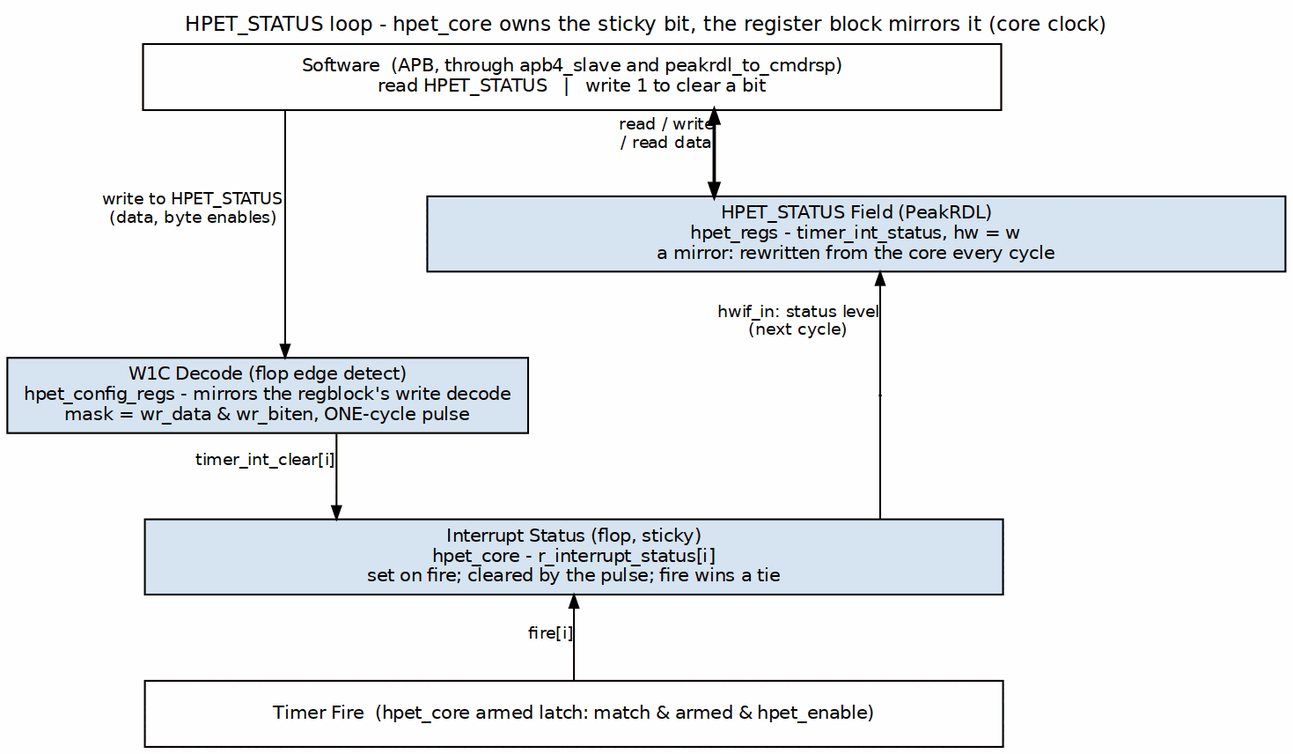
sean-galloway/RTLDesignSherpa keeps this Graphviz diagram as projects/components/legacy-ip/retro_legacy_blocks/docs/hpet_mas/assets/graphviz/hpet_status_loop.png. Above is the earlier version. Its source is kept beside it as projects/components/legacy-ip/retro_legacy_blocks/docs/hpet_mas/assets/graphviz/hpet_status_loop.dot. The source it was exported from:
```dot
digraph hpet_status_loop {
    graph [rankdir=TB, bgcolor="white", fontname="Helvetica", fontsize=11,
           nodesep="0.45", ranksep="0.65", splines=ortho, newrank=true,
           label="HPET_STATUS loop - hpet_core owns the sticky bit, the register block mirrors it (core clock)",
           labelloc=t, labeljust=c];
    node  [fontname="Helvetica", fontsize=10, shape=box, style=filled,
           fillcolor="#D6E4F0", color="black", margin="0.12,0.06"];
    edge  [fontname="Helvetica", fontsize=9, color="black", arrowsize=0.7];

    sw   [label="Software  (APB, through apb4_slave and peakrdl_to_cmdrsp)\nread HPET_STATUS   |   write 1 to clear a bit", fillcolor="white", width=6.5];
    reg  [label="HPET_STATUS Field (PeakRDL)\nhpet_regs - timer_int_status, hw = w\na mirror: rewritten from the core every cycle", width=6.5];
    w1c  [group=L, label="W1C Decode (flop edge detect)\nhpet_config_regs - mirrors the regblock's write decode\nmask = wr_data & wr_biten, ONE-cycle pulse"];
    sts  [label="Interrupt Status (flop, sticky)\nhpet_core - r_interrupt_status[i]\nset on fire; cleared by the pulse; fire wins a tie", width=6.5];
    bar  [label="Timer Fire  (hpet_core armed latch: match & armed & hpet_enable)", fillcolor="white", width=6.5];

    sw   -> reg [dir=both, penwidth=1.8, xlabel="read / write\n/ read data"];
    sw   -> w1c [xlabel="write to HPET_STATUS\n(data, byte enables)"];
    w1c  -> sts [xlabel="timer_int_clear[i]"];
    p_m [shape=point, width=0.01, group=R];
    reg  -> p_m [dir=back, headclip=false, xlabel="hwif_in: status level\n(next cycle)"];
    p_m  -> sts [dir=none, tailclip=false];
    sts  -> bar [dir=back, xlabel="fire[i]"];

    { rank=same; w1c; p_m; }
    w1c -> p_m [style=invis, minlen=6];
}
```
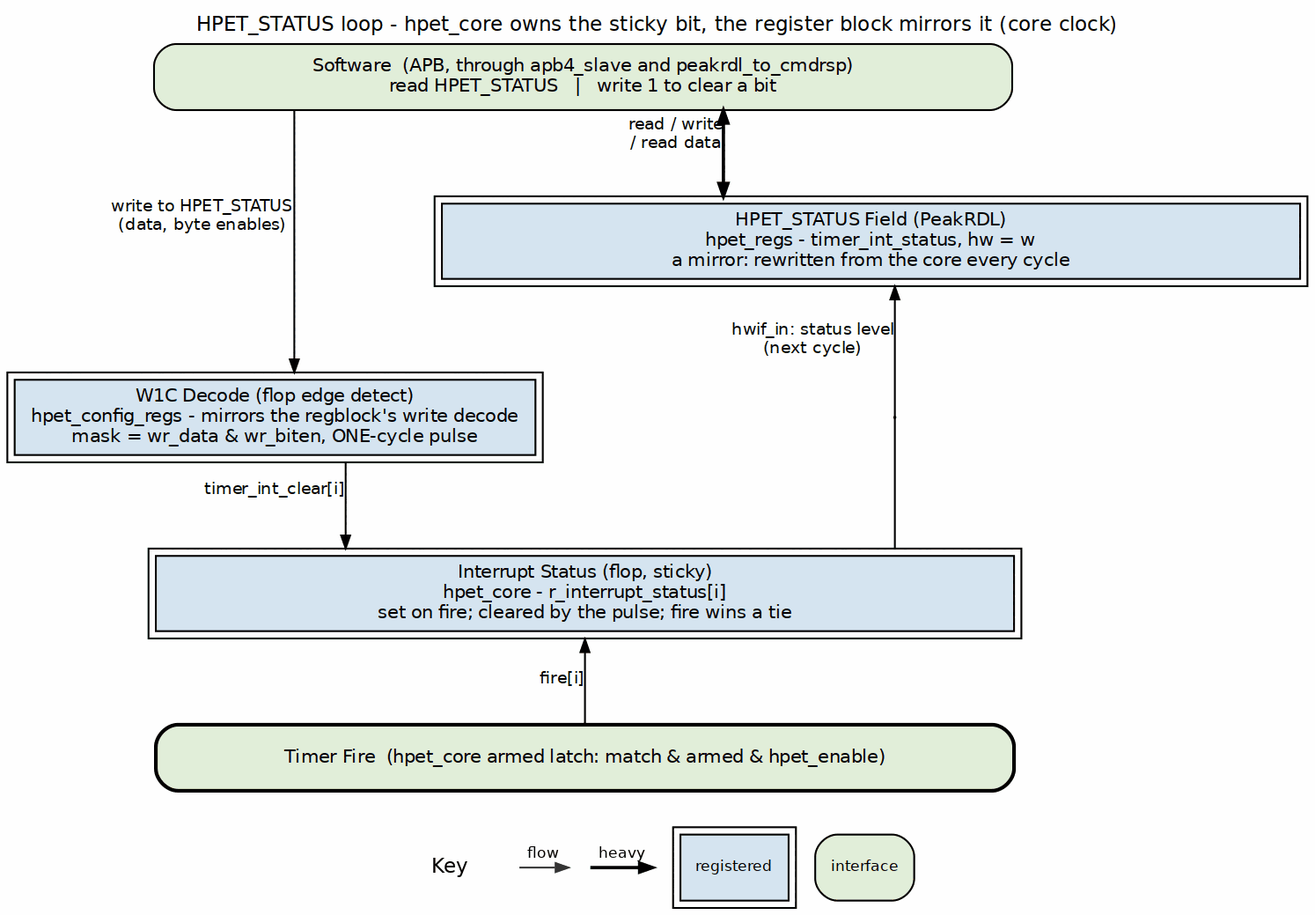
The same file after the commit.

Diff of the diagram source:
```diff
@@ -4,14 +4,14 @@
            label="HPET_STATUS loop - hpet_core owns the sticky bit, the register block mirrors it (core clock)",
            labelloc=t, labeljust=c];
     node  [fontname="Helvetica", fontsize=10, shape=box, style=filled,
-           fillcolor="#D6E4F0", color="black", margin="0.12,0.06"];
+           fillcolor="white", color="black", margin="0.12,0.06"];
     edge  [fontname="Helvetica", fontsize=9, color="black", arrowsize=0.7];
 
-    sw   [label="Software  (APB, through apb4_slave and peakrdl_to_cmdrsp)\nread HPET_STATUS   |   write 1 to clear a bit", fillcolor="white", width=6.5];
-    reg  [label="HPET_STATUS Field (PeakRDL)\nhpet_regs - timer_int_status, hw = w\na mirror: rewritten from the core every cycle", width=6.5];
-    w1c  [group=L, label="W1C Decode (flop edge detect)\nhpet_config_regs - mirrors the regblock's write decode\nmask = wr_data & wr_biten, ONE-cycle pulse"];
-    sts  [label="Interrupt Status (flop, sticky)\nhpet_core - r_interrupt_status[i]\nset on fire; cleared by the pulse; fire wins a tie", width=6.5];
-    bar  [label="Timer Fire  (hpet_core armed latch: match & armed & hpet_enable)", fillcolor="white", width=6.5];
+    sw   [label="Software  (APB, through apb4_slave and peakrdl_to_cmdrsp)\nread HPET_STATUS   |   write 1 to clear a bit", fillcolor="white", width=6.5, style="rounded,filled", fillcolor="#E2EFDA"];
+    reg  [label="HPET_STATUS Field (PeakRDL)\nhpet_regs - timer_int_status, hw = w\na mirror: rewritten from the core every cycle", width=6.5, peripheries=2, style="filled", fillcolor="#D6E4F0"];
+    w1c  [group=L, label="W1C Decode (flop edge detect)\nhpet_config_regs - mirrors the regblock's write decode\nmask = wr_data & wr_biten, ONE-cycle pulse", peripheries=2, style="filled", fillcolor="#D6E4F0"];
+    sts  [label="Interrupt Status (flop, sticky)\nhpet_core - r_interrupt_status[i]\nset on fire; cleared by the pulse; fire wins a tie", width=6.5, peripheries=2, style="filled", fillcolor="#D6E4F0"];
+    bar  [label="Timer Fire  (hpet_core armed latch: match & armed & hpet_enable)", fillcolor="white", width=6.5, style="rounded,filled,bold", fillcolor="#E2EFDA"];
 
     sw   -> reg [dir=both, penwidth=1.8, xlabel="read / write\n/ read data"];
     sw   -> w1c [xlabel="write to HPET_STATUS\n(data, byte enables)"];
```
